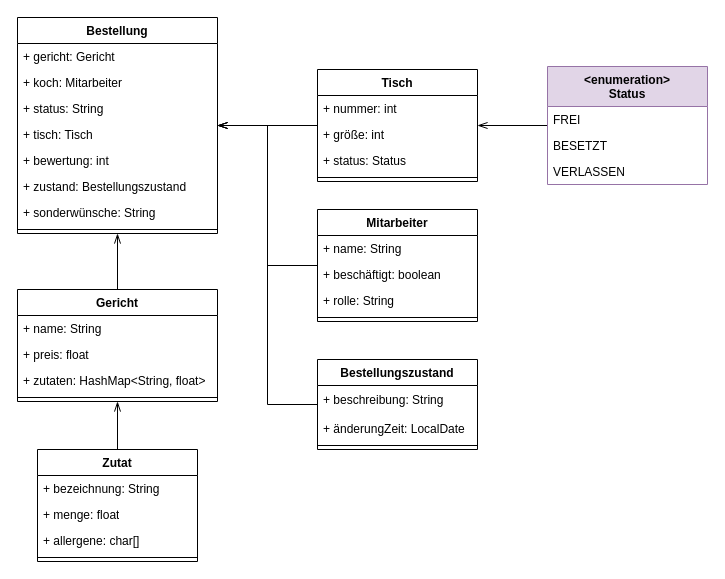
Earlier version of the draw.io diagram ClassDiagramm.drawio (AnonymeTheo/Project_Smart_Restaurant). Source tidied: cells renumbered, new cells numbered last; positions are measured from the earlier drawing's top-left corner, leaving out a move shared by most shapes. Both pictures are drawn from the tidied source at 100%, with x=0, y=0 at pixel (17, 17).
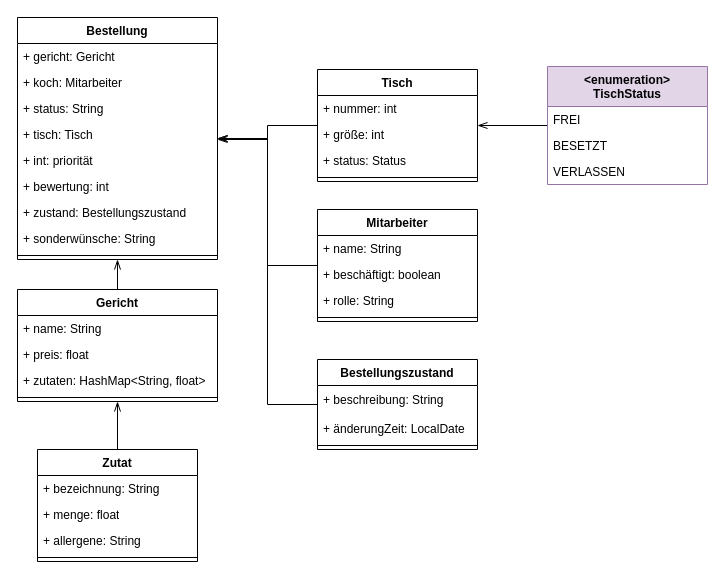
Above is the later version.

Unchanged cells that the change refers to:
```xml
<mxCell id="9" value="Mitarbeiter" style="swimlane;fontStyle=1;align=center;verticalAlign=top;horizontal=1;startSize=26;whiteSpace=wrap;html=1;" parent="1" vertex="1">
  <mxGeometry x="300" y="192" width="160" height="112" as="geometry" />
</mxCell>
<mxCell id="21" value="Zutat" style="swimlane;fontStyle=1;align=center;verticalAlign=top;horizontal=1;startSize=26;whiteSpace=wrap;html=1;" parent="1" vertex="1">
  <mxGeometry x="20" y="432" width="160" height="112" as="geometry" />
</mxCell>
<mxCell id="36" value="Bestellungszustand" style="swimlane;fontStyle=1;align=center;verticalAlign=top;horizontal=1;startSize=26;whiteSpace=wrap;html=1;" parent="1" vertex="1">
  <mxGeometry x="300" y="342" width="160" height="90" as="geometry" />
</mxCell>
```

Diff of the diagram source:
```diff
@@
     <mxCell id="8" style="edgeStyle=orthogonalEdgeStyle;shape=connector;rounded=0;jettySize=auto;html=1;strokeColor=default;align=center;verticalAlign=middle;fontFamily=Helvetica;fontSize=12;fontColor=default;labelBackgroundColor=default;startSize=8;endArrow=openThin;endFill=0;endSize=8;" parent="1" edge="1" source="9" target="26">
-      <mxGeometry relative="1" as="geometry" />
+      <mxGeometry relative="1" as="geometry">
+        <Array as="points">
+          <mxPoint x="250" y="248" />
+          <mxPoint x="250" y="121" />
+        </Array>
+      </mxGeometry>
     </mxCell>
@@
-    <mxCell id="24" value="+ allergene: char[]" style="text;strokeColor=none;fillColor=none;align=left;verticalAlign=top;spacingLeft=4;spacingRight=4;overflow=hidden;whiteSpace=wrap;html=1;" parent="21" vertex="1">
+    <mxCell id="24" value="+ allergene: String" style="text;strokeColor=none;fillColor=none;align=left;verticalAlign=top;spacingLeft=4;spacingRight=4;overflow=hidden;whiteSpace=wrap;html=1;" parent="21" vertex="1">
       <mxGeometry y="78" width="160" height="26" as="geometry" />
     </mxCell>
@@
     <mxCell id="26" value="Bestellung" style="swimlane;fontStyle=1;align=center;verticalAlign=top;horizontal=1;startSize=26;whiteSpace=wrap;html=1;" parent="1" vertex="1">
-      <mxGeometry width="200" height="216" as="geometry" />
+      <mxGeometry width="200" height="242" as="geometry" />
     </mxCell>
@@
+    <mxCell id="45" value="+ int: priorität" style="text;strokeColor=none;fillColor=none;align=left;verticalAlign=top;spacingLeft=4;spacingRight=4;overflow=hidden;whiteSpace=wrap;html=1;fontFamily=Helvetica;fontSize=12;fontColor=default;labelBackgroundColor=default;" parent="26" vertex="1">
+      <mxGeometry y="130" width="200" height="26" as="geometry" />
+    </mxCell>
     <mxCell id="31" value="+ bewertung: int" style="text;strokeColor=none;fillColor=none;align=left;verticalAlign=top;spacingLeft=4;spacingRight=4;overflow=hidden;whiteSpace=wrap;html=1;fontFamily=Helvetica;fontSize=12;fontColor=default;labelBackgroundColor=default;" parent="26" vertex="1">
-      <mxGeometry y="130" width="200" height="26" as="geometry" />
+      <mxGeometry y="156" width="200" height="26" as="geometry" />
     </mxCell>
     <mxCell id="32" value="+ zustand: Bestellungszustand" style="text;strokeColor=none;fillColor=none;align=left;verticalAlign=top;spacingLeft=4;spacingRight=4;overflow=hidden;whiteSpace=wrap;html=1;" parent="26" vertex="1">
-      <mxGeometry y="156" width="200" height="26" as="geometry" />
+      <mxGeometry y="182" width="200" height="26" as="geometry" />
     </mxCell>
     <mxCell id="33" value="+ sonderwünsche: String" style="text;strokeColor=none;fillColor=none;align=left;verticalAlign=top;spacingLeft=4;spacingRight=4;overflow=hidden;whiteSpace=wrap;html=1;fontFamily=Helvetica;fontSize=12;fontColor=default;labelBackgroundColor=default;" parent="26" vertex="1">
-      <mxGeometry y="182" width="200" height="26" as="geometry" />
+      <mxGeometry y="208" width="200" height="26" as="geometry" />
     </mxCell>
     <mxCell id="34" style="line;strokeWidth=1;fillColor=none;align=left;verticalAlign=middle;spacingTop=-1;spacingLeft=3;spacingRight=3;labelPosition=right;strokeColor=inherit;" parent="26" vertex="1">
-      <mxGeometry y="208" width="200" height="8" as="geometry" />
+      <mxGeometry y="234" width="200" height="8" as="geometry" />
     </mxCell>
     <mxCell id="35" style="edgeStyle=orthogonalEdgeStyle;shape=connector;rounded=0;jettySize=auto;html=1;strokeColor=default;align=center;verticalAlign=middle;fontFamily=Helvetica;fontSize=12;fontColor=default;labelBackgroundColor=default;startSize=8;endArrow=openThin;endFill=0;endSize=8;" parent="1" edge="1" source="36" target="26">
       <mxGeometry relative="1" as="geometry">
         <Array as="points">
           <mxPoint x="250" y="387" />
-          <mxPoint x="250" y="108" />
+          <mxPoint x="250" y="122" />
         </Array>
       </mxGeometry>
     </mxCell>
@@
-    <mxCell id="41" value="&lt;div&gt;&amp;lt;enumeration&amp;gt;&lt;/div&gt;Status" style="swimlane;fontStyle=1;align=center;verticalAlign=top;horizontal=1;startSize=40;whiteSpace=wrap;html=1;fillColor=#e1d5e7;strokeColor=#9673a6;" parent="1" vertex="1">
+    <mxCell id="41" value="&lt;div&gt;&amp;lt;enumeration&amp;gt;&lt;/div&gt;TischStatus" style="swimlane;fontStyle=1;align=center;verticalAlign=top;horizontal=1;startSize=40;whiteSpace=wrap;html=1;fillColor=#e1d5e7;strokeColor=#9673a6;" parent="1" vertex="1">
       <mxGeometry x="530" y="49" width="160" height="118" as="geometry" />
     </mxCell>
```
